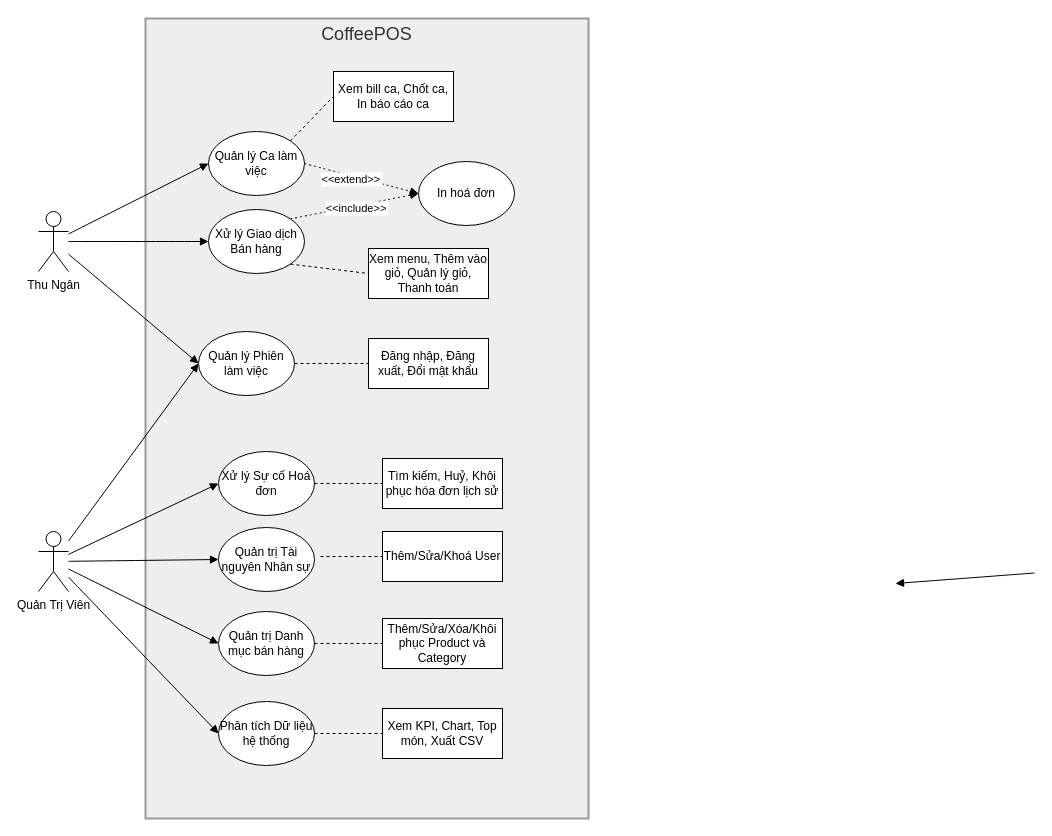
The draw.io diagram coffee-pos/uc-overall.drawio in shin-client/drawio, before the edit. Source tidied: cells renumbered, new cells numbered last; positions are measured from the earlier drawing's top-left corner, leaving out a move shared by most shapes. Both pictures are drawn from the tidied source at 100%, with x=0, y=0 at pixel (38, 18).
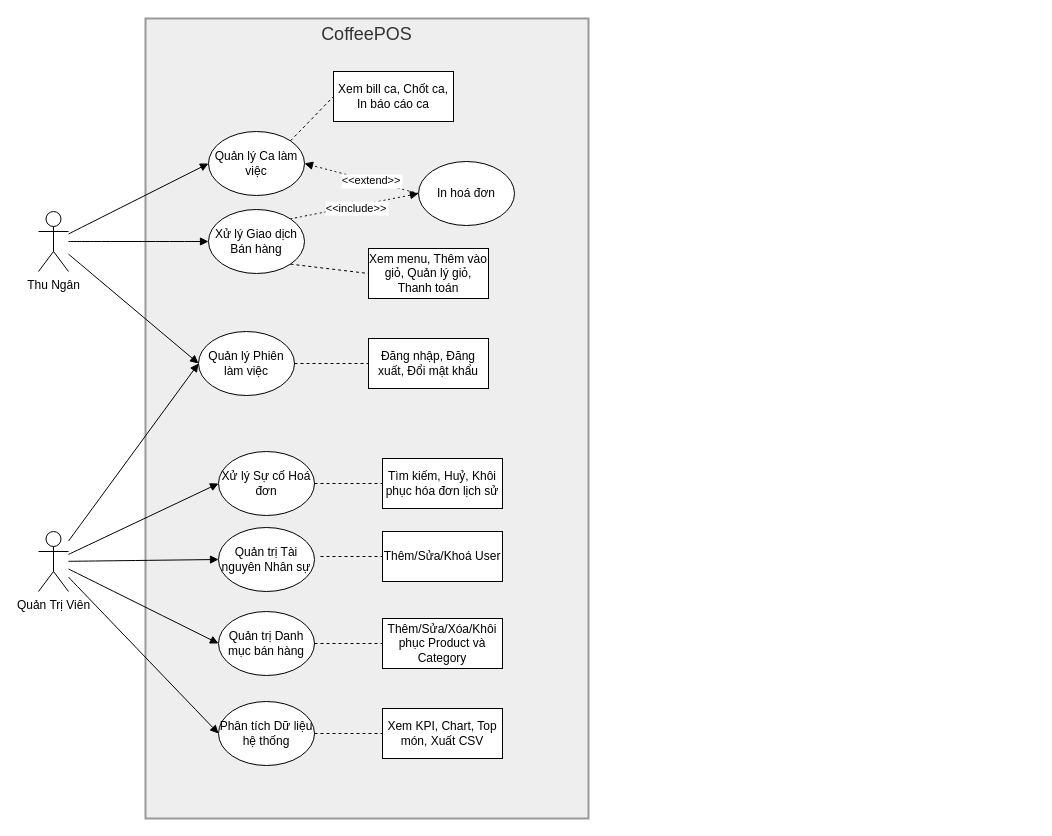
The same diagram, later.

The change refers to these unchanged cells:
```xml
<mxCell id="17" value="Quản lý Ca làm việc" style="ellipse;whiteSpace=wrap;html=1;" parent="1" vertex="1">
  <mxGeometry x="170" y="113" width="96" height="64" as="geometry" />
</mxCell>
<mxCell id="23" value="In hoá đơn" style="ellipse;whiteSpace=wrap;html=1;" parent="1" vertex="1">
  <mxGeometry x="380" y="143" width="96" height="64" as="geometry" />
</mxCell>
```

Change to the diagram source:
```diff
@@
-    <mxCell id="10" style="curved=1;startArrow=none;endArrow=block;entryX=1;entryY=0.5;rounded=0;entryDx=0;entryDy=0;" parent="1" edge="1">
-      <mxGeometry relative="1" as="geometry">
-        <mxPoint x="996" y="554.5" as="sourcePoint" />
-        <mxPoint x="857" y="565" as="targetPoint" />
-      </mxGeometry>
-    </mxCell>
@@
-    <mxCell id="12" value="&lt;&lt;extend&gt;&gt;" style="curved=1;dashed=1;dashPattern=2 3;startArrow=none;endArrow=block;exitX=1;exitY=0.5;entryX=0;entryY=0.5;rounded=0;entryDx=0;entryDy=0;exitDx=0;exitDy=0;" parent="1" edge="1" source="17" target="23">
+    <mxCell id="12" value="&lt;&lt;extend&gt;&gt;" style="curved=1;dashed=1;dashPattern=2 3;startArrow=none;endArrow=block;rounded=0;exitX=0;exitY=0.5;exitDx=0;exitDy=0;entryX=1;entryY=0.5;entryDx=0;entryDy=0;" parent="1" edge="1" source="23" target="17">
       <mxGeometry x="-0.17" y="-2" relative="1" as="geometry">
         <mxPoint y="1" as="offset" />
       </mxGeometry>
     </mxCell>
```
